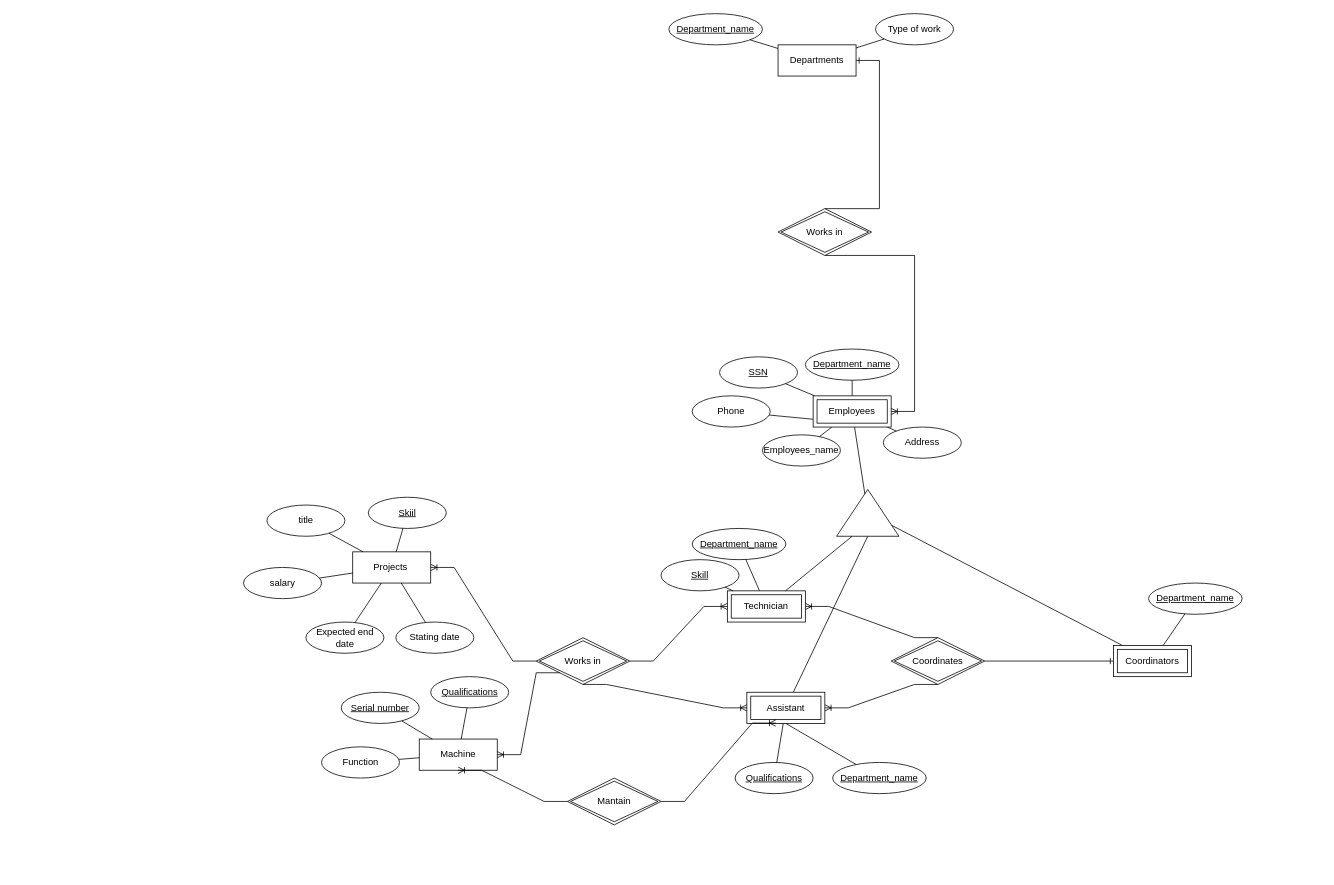
The draw.io diagram Bridge Company Diagram.drawio in TrungNgo21/ERD_SQL, before the edit. Source tidied: cells renumbered, new cells numbered last; positions are measured from the earlier drawing's top-left corner, leaving out a move shared by most shapes. Both pictures are drawn from the tidied source at 78%, with x=0, y=0 at pixel (243, 13).
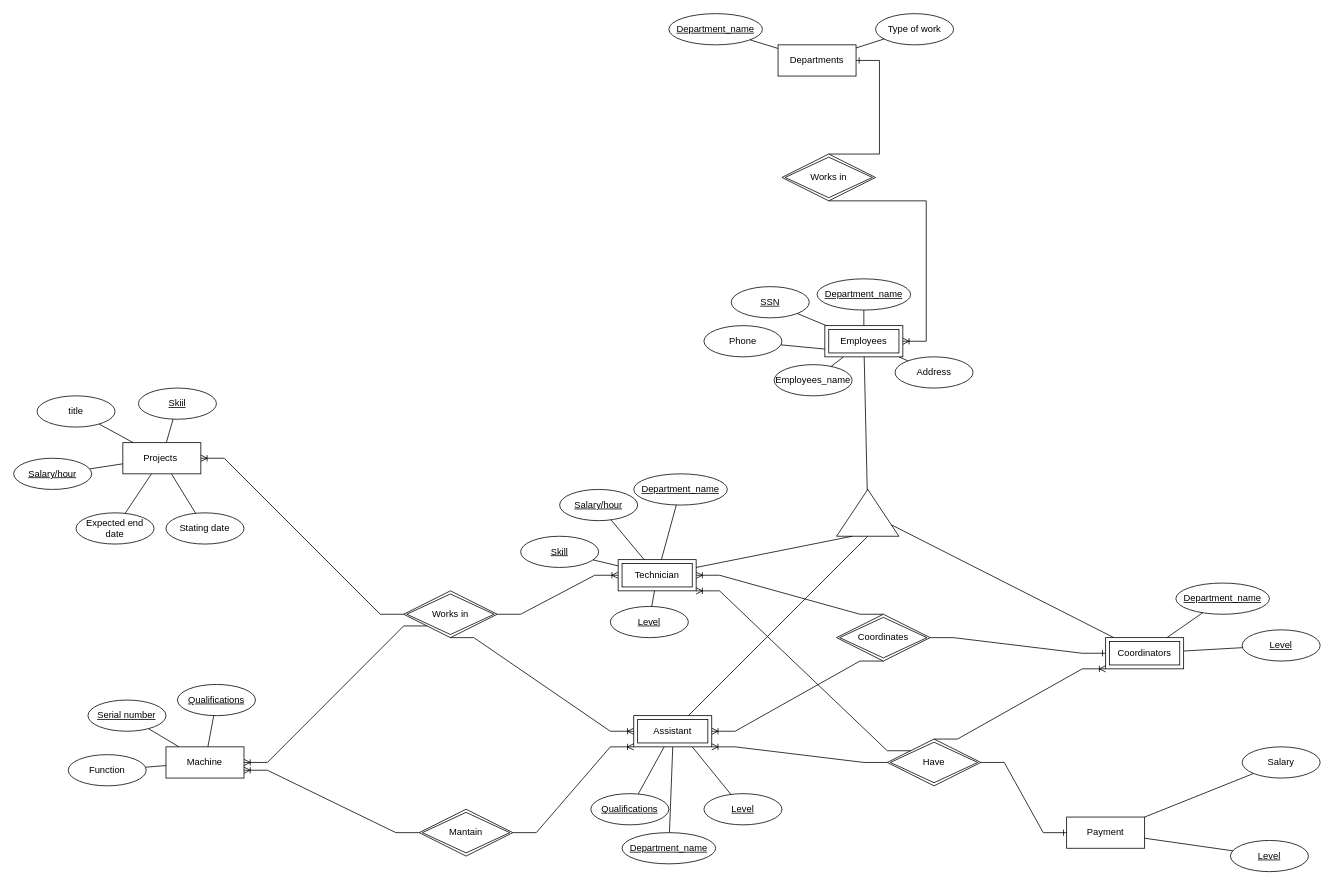
The same diagram, later.

Diff of the diagram source:
```diff
@@
     <mxCell id="9" value="Projects&amp;nbsp;" style="whiteSpace=wrap;html=1;align=center;" parent="1" vertex="1">
-      <mxGeometry x="139.7" y="690" width="100" height="40" as="geometry" />
+      <mxGeometry x="-155" y="550" width="100" height="40" as="geometry" />
     </mxCell>
     <mxCell id="10" value="SSN" style="ellipse;whiteSpace=wrap;html=1;align=center;fontStyle=4;" parent="1" vertex="1">
-      <mxGeometry x="610" y="440" width="100" height="40" as="geometry" />
+      <mxGeometry x="625" y="350" width="100" height="40" as="geometry" />
     </mxCell>
     <mxCell id="11" value="Employees_name" style="ellipse;whiteSpace=wrap;html=1;align=center;" parent="1" vertex="1">
-      <mxGeometry x="665" y="540" width="100" height="40" as="geometry" />
+      <mxGeometry x="680" y="450" width="100" height="40" as="geometry" />
     </mxCell>
     <mxCell id="12" value="Phone" style="ellipse;whiteSpace=wrap;html=1;align=center;" parent="1" vertex="1">
-      <mxGeometry x="575" y="490" width="100" height="40" as="geometry" />
+      <mxGeometry x="590" y="400" width="100" height="40" as="geometry" />
     </mxCell>
     <mxCell id="13" value="Address" style="ellipse;whiteSpace=wrap;html=1;align=center;" parent="1" vertex="1">
-      <mxGeometry x="820" y="530" width="100" height="40" as="geometry" />
+      <mxGeometry x="835" y="440" width="100" height="40" as="geometry" />
     </mxCell>
@@
     <mxCell id="24" value="Coordinates" style="shape=rhombus;double=1;perimeter=rhombusPerimeter;whiteSpace=wrap;html=1;align=center;" parent="1" vertex="1">
-      <mxGeometry x="830" y="800" width="120" height="60" as="geometry" />
+      <mxGeometry x="760" y="770" width="120" height="60" as="geometry" />
     </mxCell>
     <mxCell id="25" value="Department_name" style="ellipse;whiteSpace=wrap;html=1;align=center;fontStyle=4;" parent="1" vertex="1">
-      <mxGeometry x="720" y="430" width="120" height="40" as="geometry" />
+      <mxGeometry x="735" y="340" width="120" height="40" as="geometry" />
     </mxCell>
     <mxCell id="26" value="Department_name" style="ellipse;whiteSpace=wrap;html=1;align=center;fontStyle=4;" parent="1" vertex="1">
-      <mxGeometry x="1160" y="730" width="120" height="40" as="geometry" />
+      <mxGeometry x="1195" y="730" width="120" height="40" as="geometry" />
     </mxCell>
     <mxCell id="27" value="Department_name" style="ellipse;whiteSpace=wrap;html=1;align=center;fontStyle=4;" parent="1" vertex="1">
-      <mxGeometry x="575" y="660" width="120" height="40" as="geometry" />
+      <mxGeometry x="500" y="590" width="120" height="40" as="geometry" />
     </mxCell>
@@
     <mxCell id="32" value="Department_name" style="ellipse;whiteSpace=wrap;html=1;align=center;fontStyle=4;" parent="1" vertex="1">
-      <mxGeometry x="755" y="960" width="120" height="40" as="geometry" />
+      <mxGeometry x="485" y="1050" width="120" height="40" as="geometry" />
     </mxCell>
     <mxCell id="33" value="Coordinators" style="shape=ext;margin=3;double=1;whiteSpace=wrap;html=1;align=center;" parent="1" vertex="1">
-      <mxGeometry x="1115" y="810" width="100" height="40" as="geometry" />
+      <mxGeometry x="1105" y="800" width="100" height="40" as="geometry" />
     </mxCell>
     <mxCell id="34" value="Employees" style="shape=ext;margin=3;double=1;whiteSpace=wrap;html=1;align=center;" parent="1" vertex="1">
-      <mxGeometry x="730" y="490" width="100" height="40" as="geometry" />
+      <mxGeometry x="745" y="400" width="100" height="40" as="geometry" />
     </mxCell>
@@
     <mxCell id="36" value="Works in" style="shape=rhombus;double=1;perimeter=rhombusPerimeter;whiteSpace=wrap;html=1;align=center;" parent="1" vertex="1">
-      <mxGeometry x="685" y="250" width="120" height="60" as="geometry" />
+      <mxGeometry x="690" y="180" width="120" height="60" as="geometry" />
     </mxCell>
     <mxCell id="37" value="Works in" style="shape=rhombus;double=1;perimeter=rhombusPerimeter;whiteSpace=wrap;html=1;align=center;" parent="1" vertex="1">
-      <mxGeometry x="375" y="800" width="120" height="60" as="geometry" />
+      <mxGeometry x="205" y="740" width="120" height="60" as="geometry" />
     </mxCell>
     <mxCell id="38" value="Skiil" style="ellipse;whiteSpace=wrap;html=1;align=center;fontStyle=4;" parent="1" vertex="1">
-      <mxGeometry x="159.7" y="620" width="100" height="40" as="geometry" />
+      <mxGeometry x="-135" y="480" width="100" height="40" as="geometry" />
     </mxCell>
@@
     <mxCell id="42" value="Technician" style="shape=ext;margin=3;double=1;whiteSpace=wrap;html=1;align=center;" parent="1" vertex="1">
-      <mxGeometry x="620" y="740" width="100" height="40" as="geometry" />
+      <mxGeometry x="480" y="700" width="100" height="40" as="geometry" />
     </mxCell>
@@
     <mxCell id="44" value="Stating date" style="ellipse;whiteSpace=wrap;html=1;align=center;" parent="1" vertex="1">
-      <mxGeometry x="195" y="780" width="100" height="40" as="geometry" />
+      <mxGeometry x="-99.7" y="640" width="100" height="40" as="geometry" />
     </mxCell>
     <mxCell id="45" value="Skill" style="ellipse;whiteSpace=wrap;html=1;align=center;fontStyle=4;" parent="1" vertex="1">
-      <mxGeometry x="535" y="700" width="100" height="40" as="geometry" />
+      <mxGeometry x="355" y="670" width="100" height="40" as="geometry" />
     </mxCell>
@@
     <mxCell id="47" value="Assistant" style="shape=ext;margin=3;double=1;whiteSpace=wrap;html=1;align=center;" parent="1" vertex="1">
-      <mxGeometry x="645" y="870" width="100" height="40" as="geometry" />
+      <mxGeometry x="500" y="900" width="100" height="40" as="geometry" />
     </mxCell>
-    <mxCell id="48" value="salary" style="ellipse;whiteSpace=wrap;html=1;align=center;" parent="1" vertex="1">
-      <mxGeometry x="-0.3" y="710" width="100" height="40" as="geometry" />
+    <mxCell id="48" value="&lt;u&gt;Salary/hour&lt;/u&gt;" style="ellipse;whiteSpace=wrap;html=1;align=center;" parent="1" vertex="1">
+      <mxGeometry x="-295" y="570" width="100" height="40" as="geometry" />
     </mxCell>
     <mxCell id="49" value="Expected end date" style="ellipse;whiteSpace=wrap;html=1;align=center;" parent="1" vertex="1">
-      <mxGeometry x="79.7" y="780" width="100" height="40" as="geometry" />
+      <mxGeometry x="-215" y="640" width="100" height="40" as="geometry" />
     </mxCell>
     <mxCell id="50" value="title" style="ellipse;whiteSpace=wrap;html=1;align=center;" parent="1" vertex="1">
-      <mxGeometry x="29.7" y="630" width="100" height="40" as="geometry" />
+      <mxGeometry x="-265" y="490" width="100" height="40" as="geometry" />
     </mxCell>
@@
     <mxCell id="55" value="Machine" style="whiteSpace=wrap;html=1;align=center;" parent="1" vertex="1">
-      <mxGeometry x="225" y="930" width="100" height="40" as="geometry" />
+      <mxGeometry x="-99.7" y="940" width="100" height="40" as="geometry" />
     </mxCell>
@@
     <mxCell id="58" value="Serial number" style="ellipse;whiteSpace=wrap;html=1;align=center;fontStyle=4;" parent="1" vertex="1">
-      <mxGeometry x="125" y="870" width="100" height="40" as="geometry" />
+      <mxGeometry x="-199.7" y="880" width="100" height="40" as="geometry" />
     </mxCell>
     <mxCell id="59" value="Function" style="ellipse;whiteSpace=wrap;html=1;align=center;" parent="1" vertex="1">
-      <mxGeometry x="99.7" y="940" width="100" height="40" as="geometry" />
+      <mxGeometry x="-225" y="950" width="100" height="40" as="geometry" />
     </mxCell>
@@
     <mxCell id="62" value="Mantain" style="shape=rhombus;double=1;perimeter=rhombusPerimeter;whiteSpace=wrap;html=1;align=center;" parent="1" vertex="1">
-      <mxGeometry x="415" y="980" width="120" height="60" as="geometry" />
+      <mxGeometry x="225" y="1020" width="120" height="60" as="geometry" />
     </mxCell>
     <mxCell id="63" value="Qualifications" style="ellipse;whiteSpace=wrap;html=1;align=center;fontStyle=4;" parent="1" vertex="1">
-      <mxGeometry x="239.7" y="850" width="100" height="40" as="geometry" />
+      <mxGeometry x="-85" y="860" width="100" height="40" as="geometry" />
     </mxCell>
     <mxCell id="64" value="Qualifications" style="ellipse;whiteSpace=wrap;html=1;align=center;fontStyle=4;" parent="1" vertex="1">
-      <mxGeometry x="630" y="960" width="100" height="40" as="geometry" />
+      <mxGeometry x="445" y="1000" width="100" height="40" as="geometry" />
     </mxCell>
-    <mxCell id="65" style="edgeStyle=entityRelationEdgeStyle;fontSize=12;html=1;endArrow=ERoneToMany;rounded=0;entryX=0.5;entryY=1;entryDx=0;entryDy=0;exitX=0;exitY=0.5;exitDx=0;exitDy=0;" parent="1" edge="1" source="62" target="55">
+    <mxCell id="65" style="edgeStyle=entityRelationEdgeStyle;fontSize=12;html=1;endArrow=ERoneToMany;rounded=0;entryX=1;entryY=0.75;entryDx=0;entryDy=0;exitX=0;exitY=0.5;exitDx=0;exitDy=0;" parent="1" edge="1" source="62" target="55">
       <mxGeometry relative="1" as="geometry" />
     </mxCell>
-    <mxCell id="66" style="edgeStyle=entityRelationEdgeStyle;fontSize=12;html=1;endArrow=ERoneToMany;rounded=0;entryX=0.37;entryY=0.988;entryDx=0;entryDy=0;entryPerimeter=0;" parent="1" edge="1" source="62" target="47">
+    <mxCell id="66" style="edgeStyle=entityRelationEdgeStyle;fontSize=12;html=1;endArrow=ERoneToMany;rounded=0;entryX=0;entryY=1;entryDx=0;entryDy=0;" parent="1" edge="1" source="62" target="47">
       <mxGeometry relative="1" as="geometry" />
     </mxCell>
@@
+    <mxCell id="69" value="&lt;u&gt;Level&lt;/u&gt;" style="ellipse;whiteSpace=wrap;html=1;align=center;" parent="1" vertex="1">
+      <mxGeometry x="1280" y="790" width="100" height="40" as="geometry" />
+    </mxCell>
+    <mxCell id="70" value="&lt;u&gt;Level&lt;/u&gt;" style="ellipse;whiteSpace=wrap;html=1;align=center;" parent="1" vertex="1">
+      <mxGeometry x="590" y="1000" width="100" height="40" as="geometry" />
+    </mxCell>
+    <mxCell id="71" value="&lt;u&gt;Level&lt;/u&gt;" style="ellipse;whiteSpace=wrap;html=1;align=center;" parent="1" vertex="1">
+      <mxGeometry x="470" y="760" width="100" height="40" as="geometry" />
+    </mxCell>
+    <mxCell id="72" value="&lt;u&gt;Salary/hour&lt;/u&gt;" style="ellipse;whiteSpace=wrap;html=1;align=center;" parent="1" vertex="1">
+      <mxGeometry x="405" y="610" width="100" height="40" as="geometry" />
+    </mxCell>
+    <mxCell id="73" style="endArrow=none;html=1;rounded=0;" parent="1" edge="1" source="71" target="42">
+      <mxGeometry relative="1" as="geometry" />
+    </mxCell>
+    <mxCell id="74" style="endArrow=none;html=1;rounded=0;" parent="1" edge="1" source="42" target="72">
+      <mxGeometry relative="1" as="geometry" />
+    </mxCell>
+    <mxCell id="75" style="endArrow=none;html=1;rounded=0;entryX=0.75;entryY=1;entryDx=0;entryDy=0;" parent="1" edge="1" source="70" target="47">
+      <mxGeometry relative="1" as="geometry" />
+    </mxCell>
+    <mxCell id="76" style="endArrow=none;html=1;rounded=0;" parent="1" edge="1" source="33" target="69">
+      <mxGeometry relative="1" as="geometry" />
+    </mxCell>
+    <mxCell id="77" value="Payment" style="whiteSpace=wrap;html=1;align=center;" parent="1" vertex="1">
+      <mxGeometry x="1055" y="1030" width="100" height="40" as="geometry" />
+    </mxCell>
+    <mxCell id="78" value="&lt;u&gt;Level&lt;/u&gt;" style="ellipse;whiteSpace=wrap;html=1;align=center;" parent="1" vertex="1">
+      <mxGeometry x="1265" y="1060" width="100" height="40" as="geometry" />
+    </mxCell>
+    <mxCell id="79" value="Salary" style="ellipse;whiteSpace=wrap;html=1;align=center;" parent="1" vertex="1">
+      <mxGeometry x="1280" y="940" width="100" height="40" as="geometry" />
+    </mxCell>
+    <mxCell id="80" style="endArrow=none;html=1;rounded=0;" parent="1" edge="1" source="77" target="78">
+      <mxGeometry relative="1" as="geometry" />
+    </mxCell>
+    <mxCell id="81" style="endArrow=none;html=1;rounded=0;" parent="1" edge="1" source="77" target="79">
+      <mxGeometry relative="1" as="geometry" />
+    </mxCell>
+    <mxCell id="82" style="edgeStyle=entityRelationEdgeStyle;fontSize=12;html=1;endArrow=ERone;endFill=1;rounded=0;" parent="1" edge="1" source="83" target="77">
+      <mxGeometry relative="1" as="geometry" />
+    </mxCell>
+    <mxCell id="83" value="Have" style="shape=rhombus;double=1;perimeter=rhombusPerimeter;whiteSpace=wrap;html=1;align=center;" parent="1" vertex="1">
+      <mxGeometry x="825" y="930" width="120" height="60" as="geometry" />
+    </mxCell>
+    <mxCell id="84" style="edgeStyle=entityRelationEdgeStyle;fontSize=12;html=1;endArrow=ERoneToMany;rounded=0;entryX=1;entryY=1;entryDx=0;entryDy=0;" parent="1" edge="1" source="83" target="47">
+      <mxGeometry relative="1" as="geometry" />
+    </mxCell>
+    <mxCell id="85" style="edgeStyle=entityRelationEdgeStyle;fontSize=12;html=1;endArrow=ERoneToMany;rounded=0;exitX=0;exitY=0;exitDx=0;exitDy=0;entryX=1;entryY=1;entryDx=0;entryDy=0;" parent="1" edge="1" source="83" target="42">
+      <mxGeometry relative="1" as="geometry" />
+    </mxCell>
+    <mxCell id="86" style="edgeStyle=entityRelationEdgeStyle;fontSize=12;html=1;endArrow=ERoneToMany;rounded=0;exitX=0.5;exitY=0;exitDx=0;exitDy=0;entryX=0;entryY=1;entryDx=0;entryDy=0;" parent="1" edge="1" source="83" target="33">
+      <mxGeometry relative="1" as="geometry" />
+    </mxCell>
```
